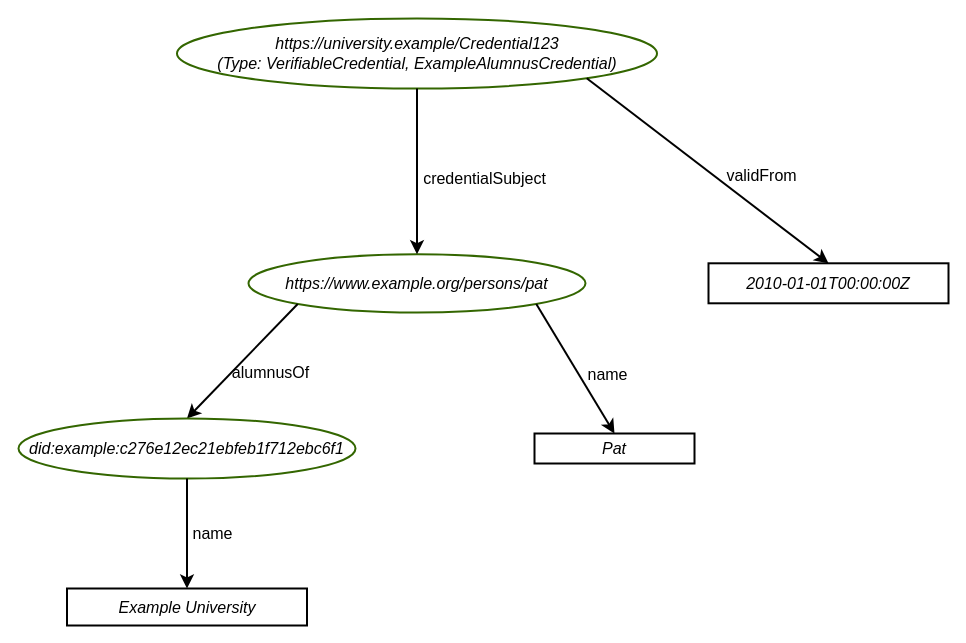
Above: diagrams/credential_example.drawio in w3c/vc-overview (draw.io), before the change. Source tidied: cells renumbered, new cells numbered last; positions are measured from the earlier drawing's top-left corner, leaving out a move shared by most shapes. Both pictures are drawn from the tidied source at 100%, with x=0, y=0 at pixel (18, 18).
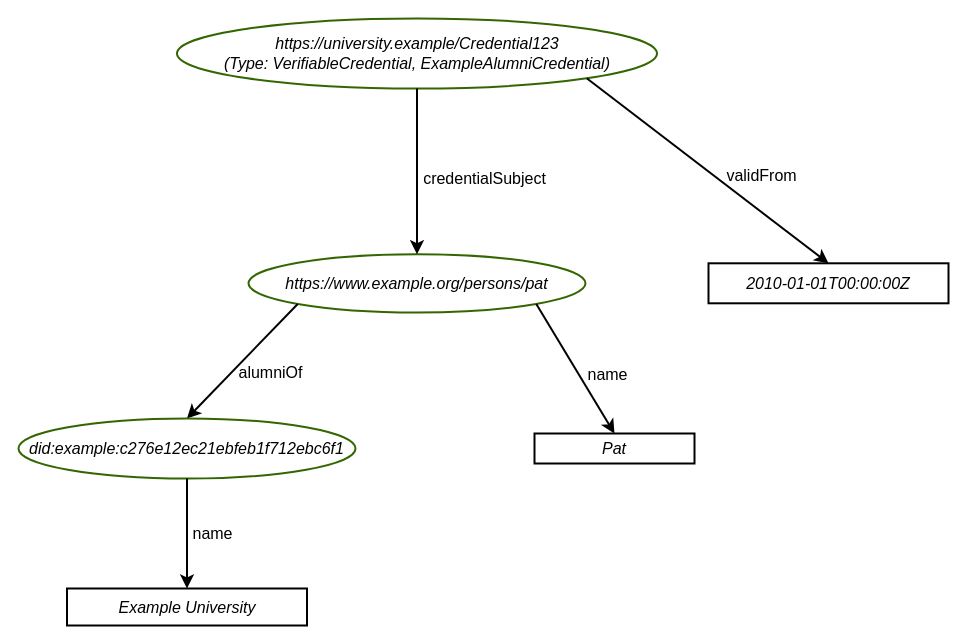
Above is the later version.

The change refers to these unchanged cells:
```xml
<mxCell id="11" style="endArrow=classic;html=1;rounded=0;fontSize=12;startSize=8;endSize=8;curved=1;entryX=0.5;entryY=0;entryDx=0;entryDy=0;exitX=0;exitY=1;exitDx=0;exitDy=0;strokeWidth=2;fontStyle=2;" parent="1" edge="1" source="6" target="15">
  <mxGeometry relative="1" as="geometry" />
</mxCell>
```

The edit, as a diff of the source:
```diff
@@
-    <mxCell id="2" value="&lt;div&gt;&lt;i&gt;https://university.example/Credential123&lt;/i&gt;&lt;/div&gt;&lt;div&gt;&lt;i&gt;(Type: VerifiableCredential, ExampleAlumnusCredential)&lt;/i&gt;&lt;/div&gt;" style="ellipse;whiteSpace=wrap;html=1;fontSize=16;fillColor=none;strokeWidth=2;strokeColor=#336600;" parent="1" vertex="1">
+    <mxCell id="2" value="&lt;div&gt;&lt;i&gt;https://university.example/Credential123&lt;/i&gt;&lt;/div&gt;&lt;div&gt;&lt;i&gt;(Type: VerifiableCredential, ExampleAlumniCredential)&lt;/i&gt;&lt;/div&gt;" style="ellipse;whiteSpace=wrap;html=1;fontSize=16;fillColor=none;strokeWidth=2;strokeColor=#336600;" parent="1" vertex="1">
       <mxGeometry x="158.5" width="480" height="70" as="geometry" />
     </mxCell>
@@
-    <mxCell id="12" value="alumnusOf" style="edgeLabel;html=1;align=center;verticalAlign=middle;fontSize=16;labelBackgroundColor=none;" parent="11" vertex="1">
+    <mxCell id="12" value="alumniOf" style="edgeLabel;html=1;align=center;verticalAlign=middle;fontSize=16;labelBackgroundColor=none;" parent="11" vertex="1">
       <mxGeometry x="0.13" y="-2" relative="1" as="geometry">
         <mxPoint x="36" y="5" as="offset" />
       </mxGeometry>
     </mxCell>
```
